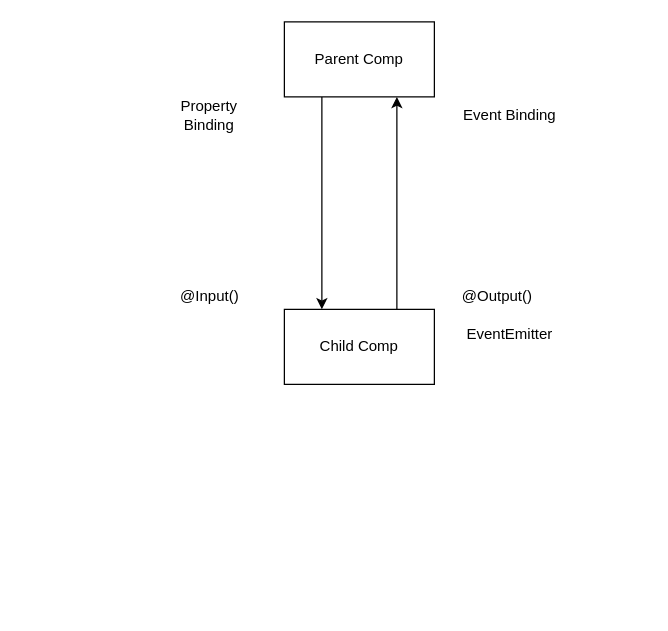
Earlier version of the draw.io diagram page "Page-4" (4 of 4) of diagrams.drawio (synergy2411/ericsson-nov21-b1). Source tidied: cells renumbered, new cells numbered last; positions are measured from the earlier drawing's top-left corner, leaving out a move shared by most shapes. Both pictures are drawn from the tidied source at 125%, with x=0, y=0 at pixel (171, 21).
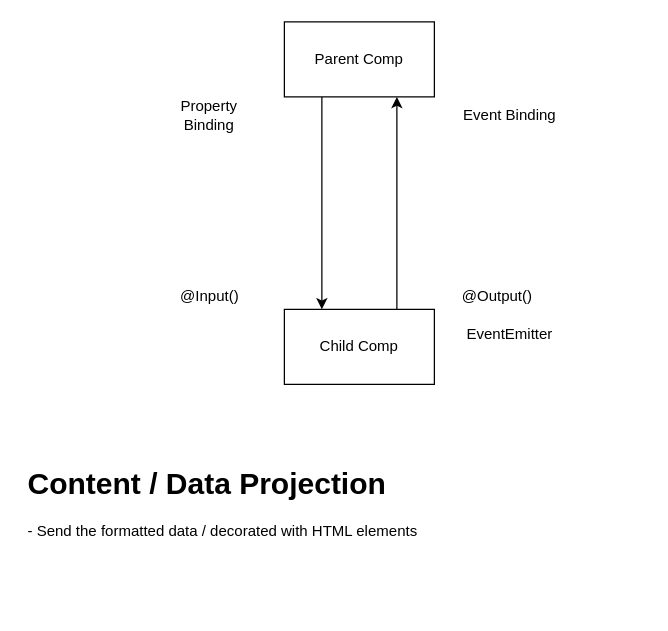
The same page after the edit.

The edit, as a diff of the source:
```diff
@@
 <mxGraphModel>
   <root>
     <mxCell id="0" />
     <mxCell id="1" parent="0" />
     <mxCell id="2" style="edgeStyle=orthogonalEdgeStyle;rounded=0;jettySize=auto;html=1;exitX=0.25;exitY=1;exitDx=0;exitDy=0;entryX=0.25;entryY=0;entryDx=0;entryDy=0;" parent="1" edge="1" source="3" target="5">
       <mxGeometry relative="1" as="geometry" />
     </mxCell>
     <mxCell id="3" value="Parent Comp" style="rounded=0;whiteSpace=wrap;html=1;" parent="1" vertex="1">
       <mxGeometry x="90" width="120" height="60" as="geometry" />
     </mxCell>
     <mxCell id="4" style="edgeStyle=orthogonalEdgeStyle;rounded=0;jettySize=auto;html=1;exitX=0.75;exitY=0;exitDx=0;exitDy=0;entryX=0.75;entryY=1;entryDx=0;entryDy=0;" parent="1" edge="1" source="5" target="3">
       <mxGeometry relative="1" as="geometry" />
     </mxCell>
     <mxCell id="5" value="Child Comp" style="whiteSpace=wrap;html=1;" parent="1" vertex="1">
       <mxGeometry x="90" y="230" width="120" height="60" as="geometry" />
     </mxCell>
     <mxCell id="6" value="Property Binding" style="text;html=1;strokeColor=none;fillColor=none;align=center;verticalAlign=middle;whiteSpace=wrap;rounded=0;" parent="1" vertex="1">
       <mxGeometry y="60" width="60" height="30" as="geometry" />
     </mxCell>
     <mxCell id="7" value="@Input()" style="text;html=1;align=center;verticalAlign=middle;strokeColor=none;fillColor=none;" parent="1" vertex="1">
       <mxGeometry y="210" width="60" height="20" as="geometry" />
     </mxCell>
     <mxCell id="8" value="Event Binding" style="text;html=1;align=center;verticalAlign=middle;strokeColor=none;fillColor=none;" parent="1" vertex="1">
       <mxGeometry x="225" y="65" width="90" height="20" as="geometry" />
     </mxCell>
     <mxCell id="9" value="@Output()" style="text;html=1;align=center;verticalAlign=middle;strokeColor=none;fillColor=none;" parent="1" vertex="1">
       <mxGeometry x="225" y="210" width="70" height="20" as="geometry" />
     </mxCell>
     <mxCell id="10" value="EventEmitter" style="text;html=1;align=center;verticalAlign=middle;strokeColor=none;fillColor=none;" parent="1" vertex="1">
       <mxGeometry x="230" y="240" width="80" height="20" as="geometry" />
     </mxCell>
+    <mxCell id="11" value="&lt;h1&gt;Content / Data Projection&lt;/h1&gt;&lt;div&gt;- Send the formatted data / decorated with HTML elements&lt;/div&gt;" style="text;html=1;strokeColor=none;fillColor=none;spacing=5;spacingTop=-20;whiteSpace=wrap;overflow=hidden;rounded=0;" parent="1" vertex="1">
+      <mxGeometry x="-120" y="350" width="500" height="120" as="geometry" />
+    </mxCell>
   </root>
 </mxGraphModel>
```
